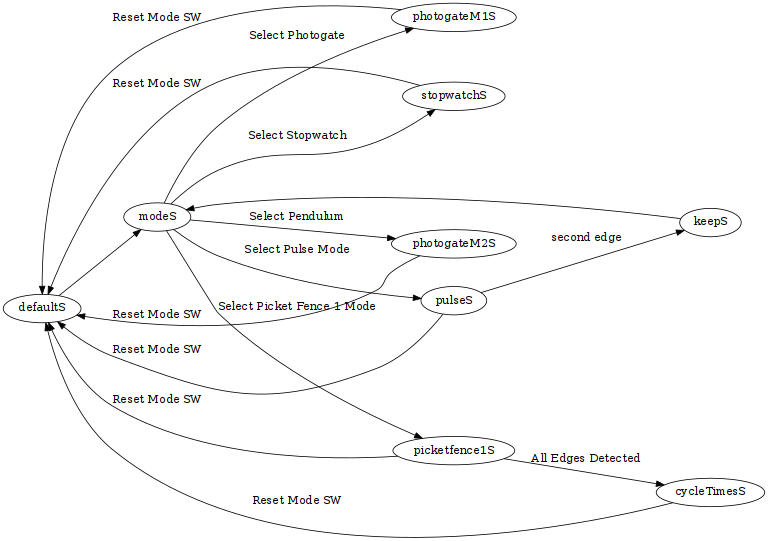
danpeirce/photogate-box-ssd1306term keeps this Graphviz diagram as image/pickmode.png. Above is the earlier version. Its source is kept beside it as pickmode.gv.
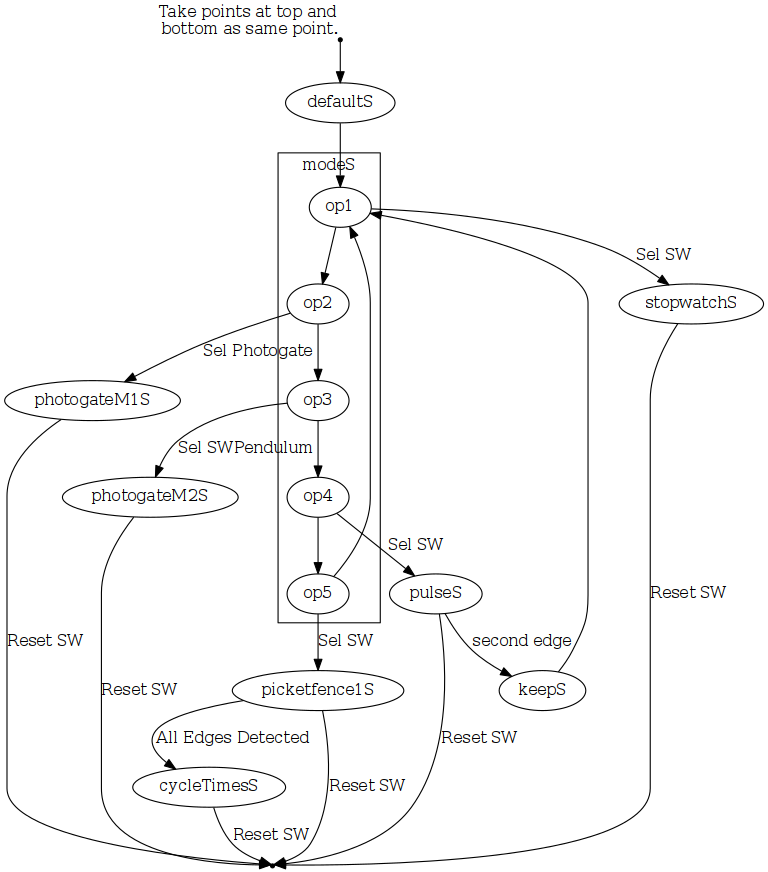
The same file after the commit.

Commit message:
made pickmode.png more descriptive

- added states internal to modeS
- ensured entry pint at top

The edit, as a diff of the source:
```diff
@@ -1,22 +1,34 @@
 digraph finite_state_machine {
-        rankdir=LR;
         size="8,10"
-        graph [ranksep="0.525", nodesep="0.5"];
-        defaultS -> modeS
-        modeS -> stopwatchS [ label = "Select Stopwatch" ]
-        stopwatchS -> defaultS [ label = "Reset Mode SW" ]
-        modeS -> photogateM1S [ label = "Select Photogate" ]
-        photogateM1S -> defaultS [ label = "Reset Mode SW" ]
-        modeS -> photogateM2S [ label = "Select Pendulum" ]
-        photogateM2S -> defaultS [ label = "Reset Mode SW" ]
-        modeS -> pulseS [ label = "Select Pulse Mode" ]
-        pulseS -> defaultS [ label = "Reset Mode SW" ]
+        start [shape=point, xlabel=<Take points at top and<br /> bottom as same point.>];
+	end [shape=point];
+        start -> defaultS
+        defaultS -> op1;
+
+        op1 -> stopwatchS [ label = "Sel SW" ]
+        stopwatchS -> end [ label = "Reset SW" ]
+        op2 -> photogateM1S [ label = "Sel Photogate" ]
+        photogateM1S -> end [ label = "Reset SW" ]
+        op3 -> photogateM2S [ label = <Sel SWPendulum> ]
+        photogateM2S -> end [ label = "Reset SW" ]
+        op4 -> pulseS [ label = "Sel SW" ]
+        pulseS -> end [ label = "Reset SW" ]
         pulseS -> keepS [label = "second edge" ]
-        keepS -> modeS
-        modeS -> picketfence1S [ label = "Select Picket Fence 1 Mode" ]
-        picketfence1S -> defaultS [ label = "Reset Mode SW" ]
+        keepS -> op1;
+        op5 -> picketfence1S [ label = "Sel SW" ]
+        picketfence1S -> end [ label = "Reset SW" ]
         picketfence1S -> cycleTimesS [ label = "All Edges Detected" ]
-        cycleTimesS -> defaultS [ label = "Reset Mode SW" ]
+        cycleTimesS -> end [ label = "Reset SW" ]
+        subgraph cluster_mode {
+                 rankdir=TB;
+                 node [shape = circle];
+                 op1 -> op2;
+                 op2 -> op3;
+                 op3 -> op4;
+                 op4 -> op5;
+                 op5 -> op1;
+                 label = "modeS";
+        }
 }
 
 /*
```
